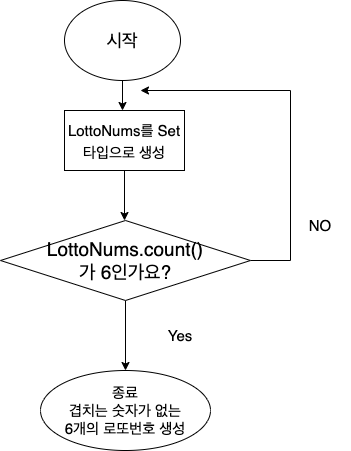
The draw.io diagram LottoNumsMake.png in yagom-academy/swift-starter-Round2, before a commit. Source tidied: cells renumbered, new cells last; positions are measured from the earlier drawing's top-left corner, leaving out a move shared by most shapes.
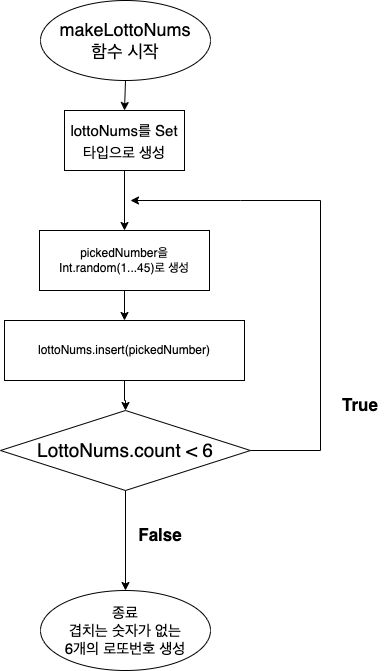
Above is the later version.

Commit message:
Week2 [STEP1] SierraJY

The edit, as a diff of the source:
```diff
@@ -2,46 +2,54 @@
   <root>
     <mxCell id="0" />
     <mxCell id="1" parent="0" />
-    <mxCell id="2" value="&lt;font style=&quot;font-size: 18px;&quot;&gt;시작&lt;/font&gt;" style="ellipse;whiteSpace=wrap;html=1;" parent="1" vertex="1">
-      <mxGeometry x="64" width="116" height="80" as="geometry" />
+    <mxCell id="2" value="&lt;span style=&quot;font-size: 18px;&quot;&gt;makeLottoNums&lt;br&gt;함수 시작&lt;br&gt;&lt;/span&gt;" style="ellipse;whiteSpace=wrap;html=1;" parent="1" vertex="1">
+      <mxGeometry x="40" width="170" height="80" as="geometry" />
     </mxCell>
-    <mxCell id="3" style="endArrow=classic;html=1;rounded=0;fontSize=18;exitX=0.5;exitY=1;exitDx=0;exitDy=0;" parent="1" edge="1" source="2">
-      <mxGeometry relative="1" as="geometry">
-        <mxPoint x="122" y="110" as="targetPoint" />
-      </mxGeometry>
+    <mxCell id="3" style="endArrow=classic;html=1;rounded=0;fontSize=18;exitX=0.5;exitY=1;exitDx=0;exitDy=0;entryX=0.5;entryY=0;entryDx=0;entryDy=0;" parent="1" edge="1" source="2" target="4">
+      <mxGeometry relative="1" as="geometry" />
     </mxCell>
-    <mxCell id="4" value="&lt;font style=&quot;&quot;&gt;&lt;font style=&quot;font-size: 15px;&quot;&gt;LottoNums를 Set타입으로 생성&lt;/font&gt;&lt;br&gt;&lt;/font&gt;" style="rounded=0;whiteSpace=wrap;html=1;fontSize=18;" parent="1" vertex="1">
+    <mxCell id="4" value="&lt;font style=&quot;&quot;&gt;&lt;font style=&quot;font-size: 15px;&quot;&gt;lottoNums를 Set타입으로 생성&lt;/font&gt;&lt;br&gt;&lt;/font&gt;" style="rounded=0;whiteSpace=wrap;html=1;fontSize=18;" parent="1" vertex="1">
       <mxGeometry x="64" y="110" width="120" height="60" as="geometry" />
     </mxCell>
-    <mxCell id="5" style="endArrow=classic;html=1;rounded=0;fontSize=19;exitX=0.5;exitY=1;exitDx=0;exitDy=0;" parent="1" edge="1" source="4">
-      <mxGeometry relative="1" as="geometry">
-        <mxPoint x="124" y="220" as="targetPoint" />
-      </mxGeometry>
+    <mxCell id="5" style="endArrow=classic;html=1;rounded=0;fontSize=19;exitX=0.5;exitY=1;exitDx=0;exitDy=0;entryX=0.5;entryY=0;entryDx=0;entryDy=0;" parent="1" edge="1" source="4" target="13">
+      <mxGeometry relative="1" as="geometry" />
     </mxCell>
-    <mxCell id="6" style="edgeStyle=orthogonalEdgeStyle;rounded=0;jettySize=auto;html=1;exitX=0.5;exitY=1;exitDx=0;exitDy=0;fontSize=15;" parent="1" edge="1" source="8">
-      <mxGeometry relative="1" as="geometry">
-        <mxPoint x="125" y="370" as="targetPoint" />
-      </mxGeometry>
+    <mxCell id="6" style="edgeStyle=orthogonalEdgeStyle;rounded=0;jettySize=auto;html=1;exitX=0.5;exitY=1;exitDx=0;exitDy=0;fontSize=15;entryX=0.5;entryY=0;entryDx=0;entryDy=0;" parent="1" edge="1" source="8" target="10">
+      <mxGeometry relative="1" as="geometry" />
     </mxCell>
-    <mxCell id="7" style="edgeStyle=orthogonalEdgeStyle;rounded=0;jettySize=auto;html=1;exitX=1;exitY=0.5;exitDx=0;exitDy=0;fontSize=15;" parent="1" edge="1" source="8">
-      <mxGeometry relative="1" as="geometry">
-        <mxPoint x="140" y="90" as="targetPoint" />
-        <Array as="points">
-          <mxPoint x="290" y="260" />
-        </Array>
-      </mxGeometry>
-    </mxCell>
+    <mxCell id="12" style="edgeStyle=orthogonalEdgeStyle;rounded=0;jettySize=auto;html=1;" parent="1" edge="1" source="8">
+      <mxGeometry relative="1" as="geometry">
+        <mxPoint x="130" y="200" as="targetPoint" />
+        <Array as="points">
+          <mxPoint x="320" y="450" />
+          <mxPoint x="320" y="200" />
+          <mxPoint x="240" y="200" />
+        </Array>
+      </mxGeometry>
+    </mxCell>
-    <mxCell id="8" value="LottoNums.count()&lt;br&gt;가 6인가요?" style="rhombus;whiteSpace=wrap;html=1;fontSize=19;" parent="1" vertex="1">
-      <mxGeometry y="220" width="250" height="80" as="geometry" />
+    <mxCell id="8" value="LottoNums.count &amp;lt; 6" style="rhombus;whiteSpace=wrap;html=1;fontSize=19;" parent="1" vertex="1">
+      <mxGeometry y="410" width="250" height="80" as="geometry" />
     </mxCell>
-    <mxCell id="9" value="NO" style="text;html=1;strokeColor=none;fillColor=none;align=center;verticalAlign=middle;whiteSpace=wrap;rounded=0;fontSize=15;" parent="1" vertex="1">
-      <mxGeometry x="290" y="210" width="60" height="30" as="geometry" />
-    </mxCell>
     <mxCell id="10" value="종료&lt;br&gt;겹치는 숫자가 없는&lt;br&gt;6개의 로또번호 생성" style="ellipse;whiteSpace=wrap;html=1;fontSize=15;" parent="1" vertex="1">
-      <mxGeometry x="40" y="370" width="170" height="80" as="geometry" />
+      <mxGeometry x="40" y="590" width="170" height="80" as="geometry" />
     </mxCell>
-    <mxCell id="11" value="Yes" style="text;html=1;strokeColor=none;fillColor=none;align=center;verticalAlign=middle;whiteSpace=wrap;rounded=0;fontSize=15;" parent="1" vertex="1">
-      <mxGeometry x="150" y="320" width="60" height="30" as="geometry" />
-    </mxCell>
+    <mxCell id="13" value="pickedNumber을 Int.random(1...45)로 생성" style="rounded=0;whiteSpace=wrap;html=1;" parent="1" vertex="1">
+      <mxGeometry x="39" y="230" width="170" height="60" as="geometry" />
+    </mxCell>
+    <mxCell id="14" style="edgeStyle=orthogonalEdgeStyle;rounded=0;jettySize=auto;html=1;" parent="1" edge="1" source="15" target="8">
+      <mxGeometry relative="1" as="geometry" />
+    </mxCell>
+    <mxCell id="15" value="lottoNums.insert(pickedNumber)" style="rounded=0;whiteSpace=wrap;html=1;" parent="1" vertex="1">
+      <mxGeometry x="4" y="320" width="240" height="60" as="geometry" />
+    </mxCell>
+    <mxCell id="16" style="endArrow=classic;html=1;rounded=0;exitX=0.5;exitY=1;exitDx=0;exitDy=0;entryX=0.5;entryY=0;entryDx=0;entryDy=0;" parent="1" edge="1" source="13" target="15">
+      <mxGeometry relative="1" as="geometry" />
+    </mxCell>
+    <mxCell id="17" value="&lt;font style=&quot;font-size: 17px;&quot;&gt;&lt;b&gt;True&lt;/b&gt;&lt;/font&gt;" style="text;html=1;strokeColor=none;fillColor=none;align=center;verticalAlign=middle;whiteSpace=wrap;rounded=0;" parent="1" vertex="1">
+      <mxGeometry x="330" y="390" width="60" height="30" as="geometry" />
+    </mxCell>
+    <mxCell id="18" value="&lt;font style=&quot;font-size: 17px;&quot;&gt;&lt;b&gt;False&lt;/b&gt;&lt;/font&gt;" style="text;html=1;strokeColor=none;fillColor=none;align=center;verticalAlign=middle;whiteSpace=wrap;rounded=0;" parent="1" vertex="1">
+      <mxGeometry x="130" y="520" width="60" height="30" as="geometry" />
+    </mxCell>
   </root>
 </mxGraphModel>
```
